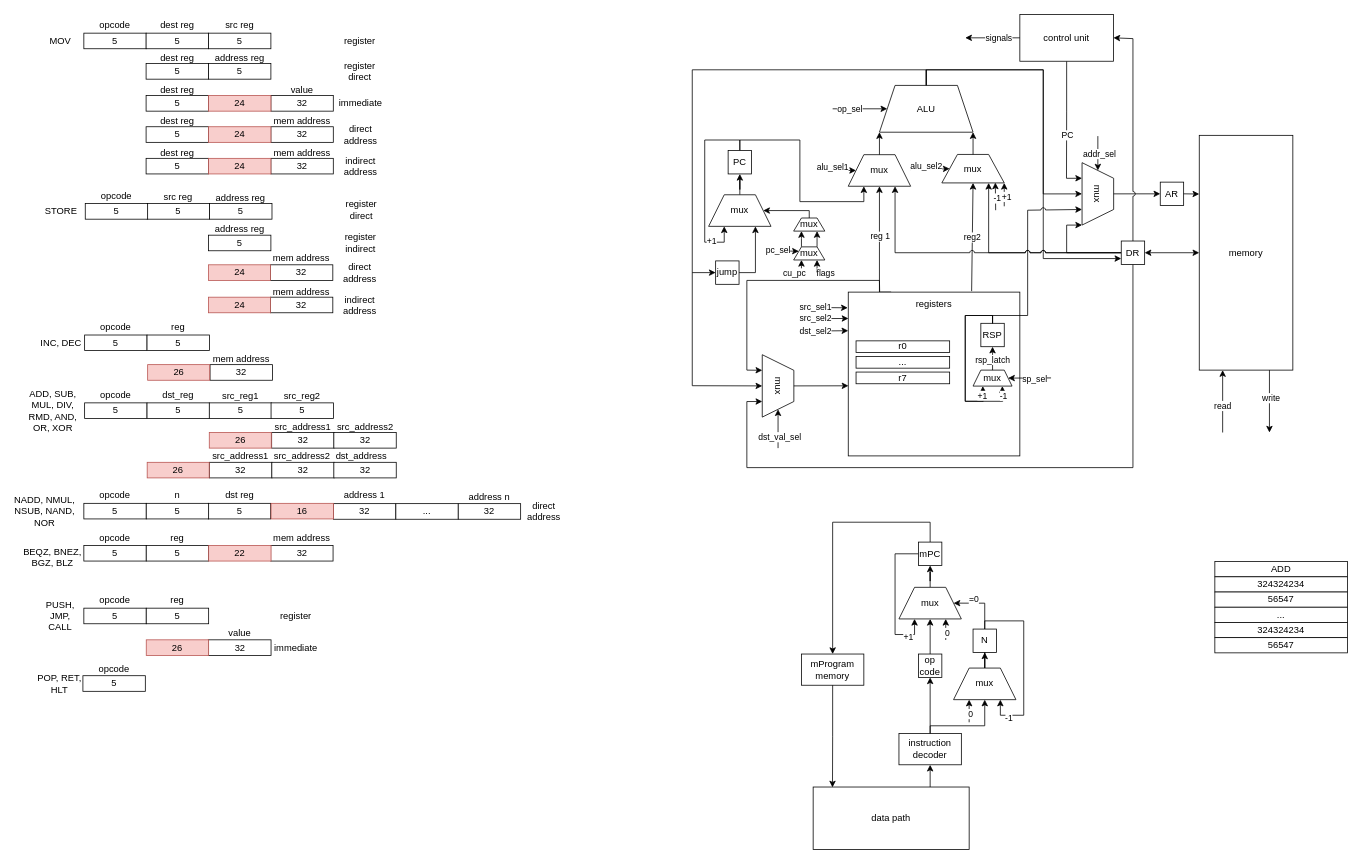
The draw.io diagram resources/csa_lab4.drawio in vanya9090/csa_lab4, before the edit. Source tidied: cells renumbered, new cells numbered last; positions are measured from the earlier drawing's top-left corner, leaving out a move shared by most shapes. Both pictures are drawn from the tidied source at 78%, with x=0, y=0 at pixel (13, 13).
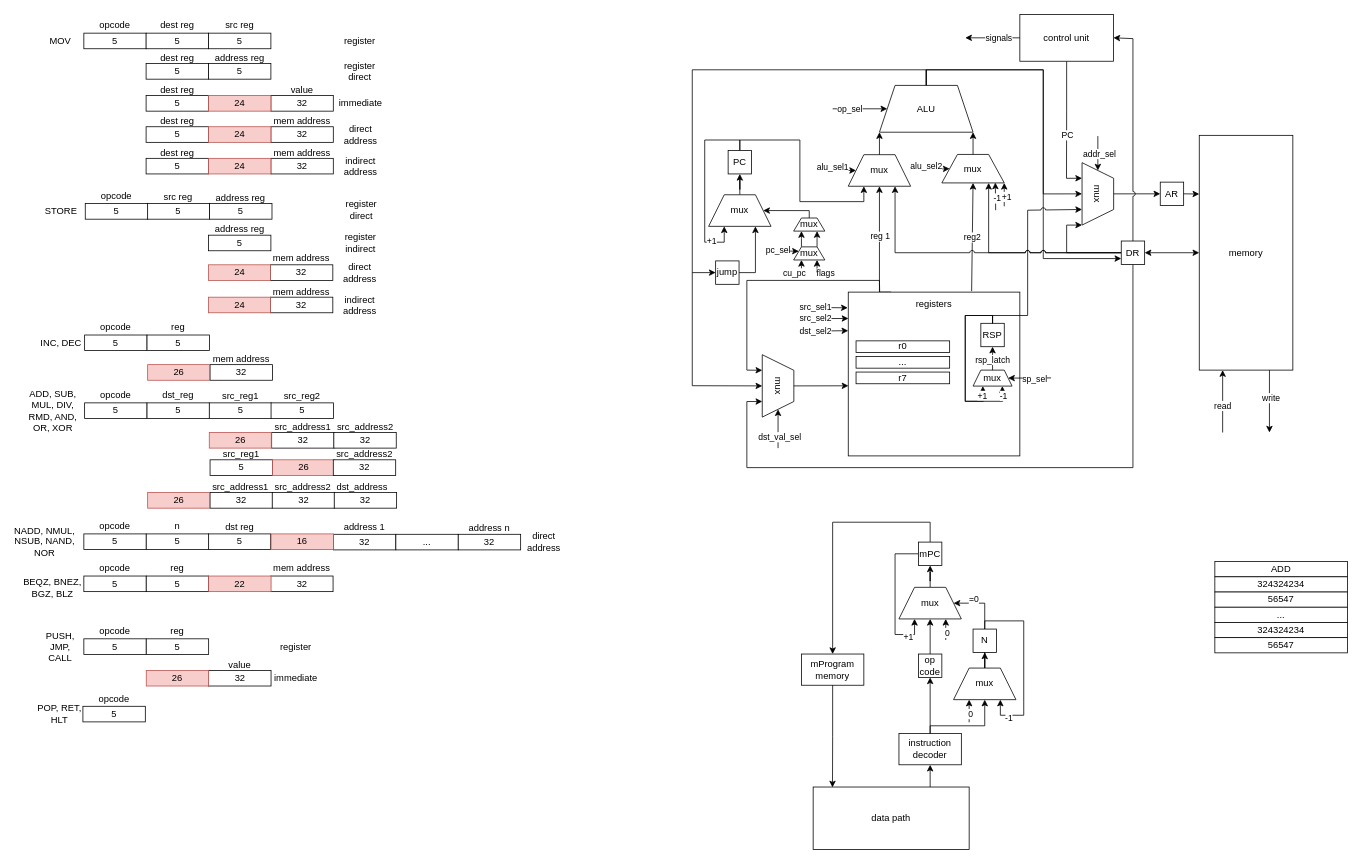
Above is the later version.

Diff of the diagram source:
```diff
@@
     <mxCell id="22" value="5" style="rounded=0;whiteSpace=wrap;html=1;" parent="1" vertex="1">
-      <mxGeometry x="90" y="627.8" width="80" height="20" as="geometry" />
+      <mxGeometry x="90" y="667" width="80" height="20" as="geometry" />
     </mxCell>
     <mxCell id="23" value="NADD, NMUL, NSUB, NAND, NOR" style="text;html=1;align=center;verticalAlign=middle;whiteSpace=wrap;rounded=0;" parent="1" vertex="1">
-      <mxGeometry y="622.8" width="80" height="30" as="geometry" />
+      <mxGeometry y="662" width="80" height="30" as="geometry" />
     </mxCell>
     <mxCell id="24" value="opcode" style="text;html=1;align=center;verticalAlign=middle;whiteSpace=wrap;rounded=0;" parent="1" vertex="1">
-      <mxGeometry x="100" y="602.8" width="60" height="30" as="geometry" />
+      <mxGeometry x="100" y="642" width="60" height="30" as="geometry" />
     </mxCell>
     <mxCell id="25" value="32" style="rounded=0;whiteSpace=wrap;html=1;" parent="1" vertex="1">
-      <mxGeometry x="410" y="628.2" width="80" height="20" as="geometry" />
+      <mxGeometry x="410" y="667.5" width="80" height="20" as="geometry" />
     </mxCell>
     <mxCell id="26" value="..." style="rounded=0;whiteSpace=wrap;html=1;" parent="1" vertex="1">
-      <mxGeometry x="490" y="628.2" width="80" height="20" as="geometry" />
+      <mxGeometry x="490" y="667.5" width="80" height="20" as="geometry" />
     </mxCell>
     <mxCell id="27" value="32" style="rounded=0;whiteSpace=wrap;html=1;" parent="1" vertex="1">
-      <mxGeometry x="570" y="628.2" width="80" height="20" as="geometry" />
+      <mxGeometry x="570" y="667.5" width="80" height="20" as="geometry" />
     </mxCell>
     <mxCell id="28" value="address 1" style="text;html=1;align=center;verticalAlign=middle;whiteSpace=wrap;rounded=0;" parent="1" vertex="1">
-      <mxGeometry x="390" y="603.2" width="120" height="30" as="geometry" />
+      <mxGeometry x="390" y="642.5" width="120" height="30" as="geometry" />
     </mxCell>
     <mxCell id="29" value="address n" style="text;html=1;align=center;verticalAlign=middle;whiteSpace=wrap;rounded=0;" parent="1" vertex="1">
-      <mxGeometry x="550" y="605.2" width="120" height="30" as="geometry" />
+      <mxGeometry x="550" y="644.5" width="120" height="30" as="geometry" />
     </mxCell>
     <mxCell id="30" value="5" style="rounded=0;whiteSpace=wrap;html=1;" parent="1" vertex="1">
-      <mxGeometry x="249.5" y="627.8" width="80" height="20" as="geometry" />
+      <mxGeometry x="249.5" y="667" width="80" height="20" as="geometry" />
     </mxCell>
     <mxCell id="31" value="dst reg" style="text;html=1;align=center;verticalAlign=middle;whiteSpace=wrap;rounded=0;" parent="1" vertex="1">
-      <mxGeometry x="260" y="603.2" width="60" height="30" as="geometry" />
+      <mxGeometry x="260" y="642.5" width="60" height="30" as="geometry" />
     </mxCell>
     <mxCell id="32" value="5" style="rounded=0;whiteSpace=wrap;html=1;" parent="1" vertex="1">
-      <mxGeometry x="88.8" y="848.8" width="80" height="20" as="geometry" />
+      <mxGeometry x="88.8" y="888" width="80" height="20" as="geometry" />
     </mxCell>
     <mxCell id="33" value="POP, RET, HLT" style="text;html=1;align=center;verticalAlign=middle;whiteSpace=wrap;rounded=0;" parent="1" vertex="1">
-      <mxGeometry x="28.8" y="843.8" width="60" height="30" as="geometry" />
+      <mxGeometry x="28.8" y="883" width="60" height="30" as="geometry" />
     </mxCell>
     <mxCell id="34" value="opcode" style="text;html=1;align=center;verticalAlign=middle;whiteSpace=wrap;rounded=0;" parent="1" vertex="1">
-      <mxGeometry x="98.8" y="824.8" width="60" height="30" as="geometry" />
+      <mxGeometry x="98.8" y="864" width="60" height="30" as="geometry" />
     </mxCell>
     <mxCell id="35" value="5" style="rounded=0;whiteSpace=wrap;html=1;" parent="1" vertex="1">
-      <mxGeometry x="170" y="627.8" width="80" height="20" as="geometry" />
+      <mxGeometry x="170" y="667" width="80" height="20" as="geometry" />
     </mxCell>
     <mxCell id="36" value="n" style="text;html=1;align=center;verticalAlign=middle;whiteSpace=wrap;rounded=0;" parent="1" vertex="1">
-      <mxGeometry x="180" y="602.8" width="60" height="30" as="geometry" />
+      <mxGeometry x="180" y="642" width="60" height="30" as="geometry" />
     </mxCell>
     <mxCell id="37" value="5" style="rounded=0;whiteSpace=wrap;html=1;" parent="1" vertex="1">
-      <mxGeometry x="90" y="762.2" width="80" height="20" as="geometry" />
+      <mxGeometry x="90" y="801.5" width="80" height="20" as="geometry" />
     </mxCell>
     <mxCell id="38" value="PUSH, JMP, CALL" style="text;html=1;align=center;verticalAlign=middle;whiteSpace=wrap;rounded=0;" parent="1" vertex="1">
-      <mxGeometry x="30" y="757.2" width="60" height="30" as="geometry" />
+      <mxGeometry x="30" y="796.5" width="60" height="30" as="geometry" />
     </mxCell>
     <mxCell id="39" value="opcode" style="text;html=1;align=center;verticalAlign=middle;whiteSpace=wrap;rounded=0;" parent="1" vertex="1">
-      <mxGeometry x="100" y="737.2" width="60" height="30" as="geometry" />
+      <mxGeometry x="100" y="776.5" width="60" height="30" as="geometry" />
     </mxCell>
     <mxCell id="40" value="5" style="rounded=0;whiteSpace=wrap;html=1;" parent="1" vertex="1">
-      <mxGeometry x="170" y="762.2" width="80" height="20" as="geometry" />
+      <mxGeometry x="170" y="801.5" width="80" height="20" as="geometry" />
     </mxCell>
     <mxCell id="41" value="reg" style="text;html=1;align=center;verticalAlign=middle;whiteSpace=wrap;rounded=0;" parent="1" vertex="1">
-      <mxGeometry x="180" y="737.2" width="60" height="30" as="geometry" />
+      <mxGeometry x="180" y="776.5" width="60" height="30" as="geometry" />
     </mxCell>
     <mxCell id="42" value="32" style="rounded=0;whiteSpace=wrap;html=1;" parent="1" vertex="1">
-      <mxGeometry x="249.5" y="802.8" width="80.5" height="20" as="geometry" />
+      <mxGeometry x="249.5" y="842" width="80.5" height="20" as="geometry" />
     </mxCell>
     <mxCell id="43" value="value" style="text;html=1;align=center;verticalAlign=middle;whiteSpace=wrap;rounded=0;" parent="1" vertex="1">
-      <mxGeometry x="230" y="780.2" width="120" height="30" as="geometry" />
+      <mxGeometry x="230" y="819.5" width="120" height="30" as="geometry" />
     </mxCell>
@@
     <mxCell id="115" value="16" style="rounded=0;whiteSpace=wrap;html=1;fillColor=#f8cecc;strokeColor=#b85450;" parent="1" vertex="1">
-      <mxGeometry x="330" y="627.8" width="80" height="20" as="geometry" />
+      <mxGeometry x="330" y="667" width="80" height="20" as="geometry" />
     </mxCell>
     <mxCell id="116" value="26" style="rounded=0;whiteSpace=wrap;html=1;fillColor=#f8cecc;strokeColor=#b85450;" parent="1" vertex="1">
-      <mxGeometry x="170" y="802.8" width="80" height="20" as="geometry" />
+      <mxGeometry x="170" y="842" width="80" height="20" as="geometry" />
     </mxCell>
@@
     <mxCell id="136" value="5" style="rounded=0;whiteSpace=wrap;html=1;" parent="1" vertex="1">
-      <mxGeometry x="90" y="681.8" width="80" height="20" as="geometry" />
+      <mxGeometry x="90" y="721" width="80" height="20" as="geometry" />
     </mxCell>
     <mxCell id="137" value="opcode" style="text;html=1;align=center;verticalAlign=middle;whiteSpace=wrap;rounded=0;" parent="1" vertex="1">
-      <mxGeometry x="100" y="656.8" width="60" height="30" as="geometry" />
+      <mxGeometry x="100" y="696" width="60" height="30" as="geometry" />
     </mxCell>
     <mxCell id="138" value="5" style="rounded=0;whiteSpace=wrap;html=1;" parent="1" vertex="1">
-      <mxGeometry x="170" y="681.8" width="80" height="20" as="geometry" />
+      <mxGeometry x="170" y="721" width="80" height="20" as="geometry" />
     </mxCell>
     <mxCell id="139" value="reg" style="text;html=1;align=center;verticalAlign=middle;whiteSpace=wrap;rounded=0;" parent="1" vertex="1">
-      <mxGeometry x="180" y="656.8" width="60" height="30" as="geometry" />
+      <mxGeometry x="180" y="696" width="60" height="30" as="geometry" />
     </mxCell>
     <mxCell id="140" value="BEQZ, BNEZ, BGZ, BLZ" style="text;html=1;align=center;verticalAlign=middle;whiteSpace=wrap;rounded=0;" parent="1" vertex="1">
-      <mxGeometry x="10" y="681.8" width="80" height="30" as="geometry" />
+      <mxGeometry x="10" y="721" width="80" height="30" as="geometry" />
     </mxCell>
     <mxCell id="141" value="32" style="rounded=0;whiteSpace=wrap;html=1;" parent="1" vertex="1">
-      <mxGeometry x="329.5" y="681.8" width="80" height="20" as="geometry" />
+      <mxGeometry x="329.5" y="721" width="80" height="20" as="geometry" />
     </mxCell>
     <mxCell id="142" value="mem address" style="text;html=1;align=center;verticalAlign=middle;whiteSpace=wrap;rounded=0;" parent="1" vertex="1">
-      <mxGeometry x="329" y="656.8" width="80.5" height="30" as="geometry" />
+      <mxGeometry x="329" y="696" width="80.5" height="30" as="geometry" />
     </mxCell>
     <mxCell id="143" value="22" style="rounded=0;whiteSpace=wrap;html=1;fillColor=#f8cecc;strokeColor=#b85450;" parent="1" vertex="1">
-      <mxGeometry x="250" y="681.8" width="80" height="20" as="geometry" />
+      <mxGeometry x="250" y="721" width="80" height="20" as="geometry" />
     </mxCell>
@@
     <mxCell id="162" value="direct address" style="text;html=1;align=center;verticalAlign=middle;whiteSpace=wrap;rounded=0;" parent="1" vertex="1">
-      <mxGeometry x="650" y="622.8" width="60" height="30" as="geometry" />
+      <mxGeometry x="650" y="662" width="60" height="30" as="geometry" />
     </mxCell>
     <mxCell id="163" value="register" style="text;html=1;align=center;verticalAlign=middle;whiteSpace=wrap;rounded=0;" parent="1" vertex="1">
-      <mxGeometry x="331.5" y="757.2" width="60" height="30" as="geometry" />
+      <mxGeometry x="331.5" y="796.5" width="60" height="30" as="geometry" />
     </mxCell>
     <mxCell id="164" value="immediate" style="text;html=1;align=center;verticalAlign=middle;whiteSpace=wrap;rounded=0;" parent="1" vertex="1">
-      <mxGeometry x="331.5" y="797.8" width="60" height="30" as="geometry" />
+      <mxGeometry x="331.5" y="837" width="60" height="30" as="geometry" />
     </mxCell>
@@
     <mxCell id="233" value="32" style="rounded=0;whiteSpace=wrap;html=1;" parent="1" vertex="1">
-      <mxGeometry x="251.2" y="575.2" width="80" height="20" as="geometry" />
+      <mxGeometry x="251.8" y="614" width="80" height="20" as="geometry" />
     </mxCell>
     <mxCell id="234" value="dst_address" style="text;html=1;align=center;verticalAlign=middle;whiteSpace=wrap;rounded=0;" parent="1" vertex="1">
-      <mxGeometry x="386.2" y="553.2" width="120" height="30" as="geometry" />
+      <mxGeometry x="386.8" y="592" width="120" height="30" as="geometry" />
     </mxCell>
     <mxCell id="235" value="26" style="rounded=0;whiteSpace=wrap;html=1;fillColor=#f8cecc;strokeColor=#b85450;" parent="1" vertex="1">
-      <mxGeometry x="171.2" y="575.2" width="79.5" height="20" as="geometry" />
+      <mxGeometry x="171.8" y="614" width="79.5" height="20" as="geometry" />
     </mxCell>
     <mxCell id="236" value="32" style="rounded=0;whiteSpace=wrap;html=1;" parent="1" vertex="1">
-      <mxGeometry x="331" y="575.2" width="80" height="20" as="geometry" />
+      <mxGeometry x="331.5" y="614" width="80" height="20" as="geometry" />
     </mxCell>
     <mxCell id="237" value="src_address1" style="text;html=1;align=center;verticalAlign=middle;whiteSpace=wrap;rounded=0;" parent="1" vertex="1">
-      <mxGeometry x="230.8" y="553.2" width="120" height="30" as="geometry" />
+      <mxGeometry x="231.2" y="592" width="120" height="30" as="geometry" />
     </mxCell>
     <mxCell id="238" value="32" style="rounded=0;whiteSpace=wrap;html=1;" parent="1" vertex="1">
-      <mxGeometry x="410.5" y="575.2" width="80" height="20" as="geometry" />
+      <mxGeometry x="411" y="614" width="80" height="20" as="geometry" />
     </mxCell>
     <mxCell id="239" value="src_address2" style="text;html=1;align=center;verticalAlign=middle;whiteSpace=wrap;rounded=0;" parent="1" vertex="1">
-      <mxGeometry x="310.2" y="553.2" width="120" height="30" as="geometry" />
+      <mxGeometry x="310.8" y="592" width="120" height="30" as="geometry" />
     </mxCell>
+    <mxCell id="240" value="5" style="rounded=0;whiteSpace=wrap;html=1;" parent="1" vertex="1">
+      <mxGeometry x="251.8" y="572" width="80" height="20" as="geometry" />
+    </mxCell>
+    <mxCell id="241" value="src_reg1" style="text;html=1;align=center;verticalAlign=middle;whiteSpace=wrap;rounded=0;" parent="1" vertex="1">
+      <mxGeometry x="231.8" y="550" width="120" height="30" as="geometry" />
+    </mxCell>
+    <mxCell id="242" value="26" style="rounded=0;whiteSpace=wrap;html=1;fillColor=#f8cecc;strokeColor=#b85450;" parent="1" vertex="1">
+      <mxGeometry x="332" y="572" width="79.5" height="20" as="geometry" />
+    </mxCell>
+    <mxCell id="243" value="32" style="rounded=0;whiteSpace=wrap;html=1;" parent="1" vertex="1">
+      <mxGeometry x="409.8" y="572" width="80" height="20" as="geometry" />
+    </mxCell>
+    <mxCell id="244" value="src_address2" style="text;html=1;align=center;verticalAlign=middle;whiteSpace=wrap;rounded=0;" parent="1" vertex="1">
+      <mxGeometry x="389.8" y="550" width="120" height="30" as="geometry" />
+    </mxCell>
```
